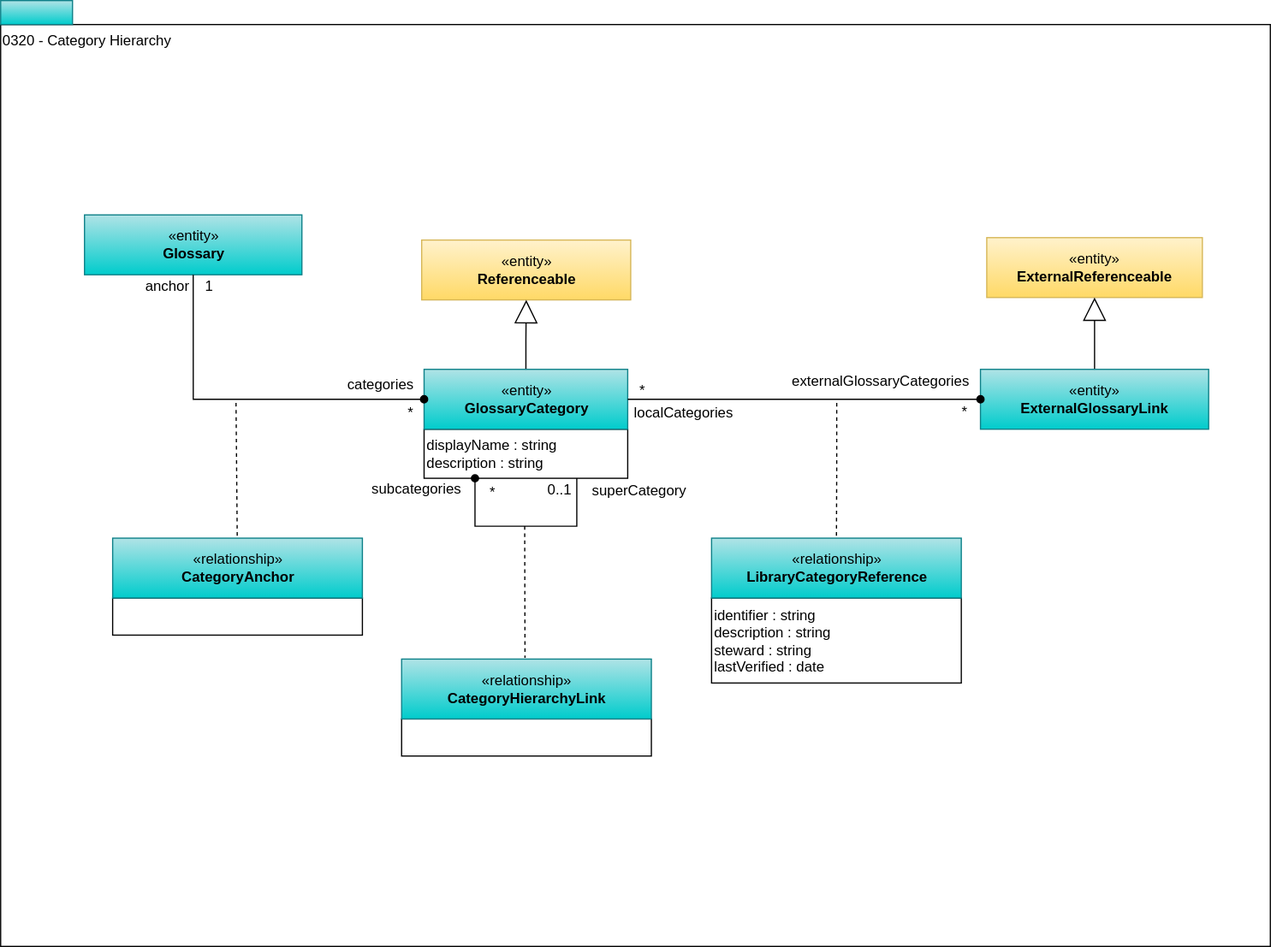
Above: site/docs/types/3/0320-Category-Hierarchy.svg in odpi/egeria-docs (draw.io), before the change. Source tidied: cells renumbered, new cells last; positions are measured from the earlier drawing's top-left corner, leaving out a move shared by most shapes.
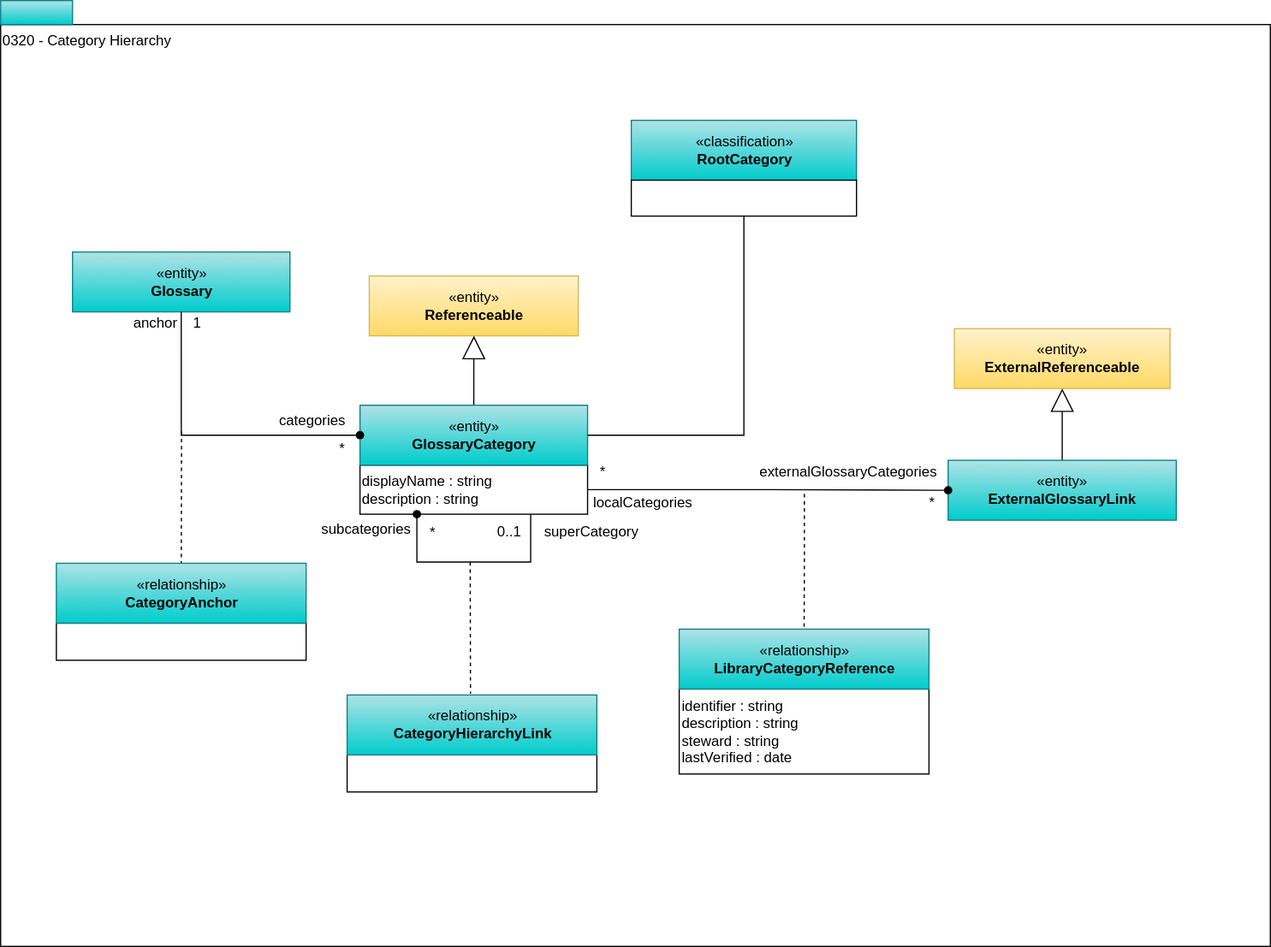
The same diagram one commit later.

What changed in the source:
```diff
@@ -6,30 +6,30 @@
       <mxGeometry y="20" width="1060" height="770" as="geometry" />
     </mxCell>
     <mxCell id="3" value="«entity»&lt;br&gt;&lt;b&gt;Referenceable&lt;/b&gt;" style="html=1;strokeColor=#d6b656;align=center;fillColor=#fff2cc;gradientColor=#ffd966;" parent="1" vertex="1">
-      <mxGeometry x="351.5" y="200" width="174.5" height="50" as="geometry" />
+      <mxGeometry x="307.8" y="230" width="174.5" height="50" as="geometry" />
     </mxCell>
     <mxCell id="4" value="displayName : string&lt;br&gt;description : string" style="rounded=0;whiteSpace=wrap;html=1;strokeColor=#000000;gradientColor=#ffffff;align=left;" parent="1" vertex="1">
-      <mxGeometry x="353.5" y="358" width="170" height="41" as="geometry" />
+      <mxGeometry x="300" y="388" width="190" height="41" as="geometry" />
     </mxCell>
     <mxCell id="5" value="*" style="text;html=1;strokeColor=none;fillColor=none;align=center;verticalAlign=middle;whiteSpace=wrap;rounded=0;" parent="1" vertex="1">
-      <mxGeometry x="792" y="335" width="26" height="18" as="geometry" />
+      <mxGeometry x="765" y="411" width="26" height="18" as="geometry" />
     </mxCell>
     <mxCell id="6" style="endArrow=none;dashed=1;html=1;entryX=0.5;entryY=0;entryDx=0;entryDy=0;edgeStyle=orthogonalEdgeStyle;rounded=0;" parent="1" edge="1" target="18">
       <mxGeometry relative="1" as="geometry">
-        <mxPoint x="698" y="336" as="sourcePoint" />
+        <mxPoint x="671" y="412" as="sourcePoint" />
       </mxGeometry>
     </mxCell>
     <mxCell id="7" value="identifier : string&lt;br&gt;description : string&lt;br&gt;steward : string&lt;br&gt;lastVerified : date" style="rounded=0;whiteSpace=wrap;html=1;strokeColor=#000000;gradientColor=#ffffff;align=left;" parent="1" vertex="1">
-      <mxGeometry x="593.5" y="499" width="208.5" height="71" as="geometry" />
+      <mxGeometry x="566.5" y="575" width="208.5" height="71" as="geometry" />
     </mxCell>
     <mxCell id="8" value="externalGlossaryCategories" style="text;html=1;strokeColor=none;fillColor=none;align=center;verticalAlign=middle;whiteSpace=wrap;rounded=0;" parent="1" vertex="1">
-      <mxGeometry x="666" y="308" width="137.5" height="20" as="geometry" />
+      <mxGeometry x="639" y="384" width="137.5" height="20" as="geometry" />
     </mxCell>
     <mxCell id="9" value="localCategories" style="text;html=1;strokeColor=none;fillColor=none;align=center;verticalAlign=middle;whiteSpace=wrap;rounded=0;" parent="1" vertex="1">
-      <mxGeometry x="527" y="335" width="87" height="20" as="geometry" />
+      <mxGeometry x="492.5" y="410" width="87" height="20" as="geometry" />
     </mxCell>
     <mxCell id="10" value="*" style="text;html=1;strokeColor=none;fillColor=none;align=center;verticalAlign=middle;whiteSpace=wrap;rounded=0;" parent="1" vertex="1">
-      <mxGeometry x="523" y="317" width="26" height="18" as="geometry" />
+      <mxGeometry x="490" y="385" width="26" height="18" as="geometry" />
     </mxCell>
     <mxCell id="11" style="rounded=0;whiteSpace=wrap;html=1;align=left;fillColor=#b0e3e6;strokeColor=#0e8088;gradientColor=#00CCCC;" parent="1" vertex="1">
       <mxGeometry width="60" height="20" as="geometry" />
@@ -38,87 +38,96 @@
       <mxGeometry relative="1" as="geometry" />
     </mxCell>
     <mxCell id="13" value="«entity»&lt;br&gt;&lt;b&gt;GlossaryCategory&lt;/b&gt;" style="html=1;strokeColor=#0e8088;align=center;fillColor=#b0e3e6;gradientColor=#00CCCC;" parent="1" vertex="1">
-      <mxGeometry x="353.5" y="308" width="170" height="50" as="geometry" />
+      <mxGeometry x="300" y="338" width="190" height="50" as="geometry" />
     </mxCell>
     <mxCell id="14" style="edgeStyle=orthogonalEdgeStyle;rounded=0;orthogonalLoop=1;jettySize=auto;html=1;exitX=0.75;exitY=1;exitDx=0;exitDy=0;endArrow=oval;endFill=1;entryX=0.25;entryY=1;entryDx=0;entryDy=0;" parent="1" edge="1" source="4" target="4">
       <mxGeometry relative="1" as="geometry">
         <Array as="points">
-          <mxPoint x="481.5" y="439" />
-          <mxPoint x="396.5" y="439" />
+          <mxPoint x="443" y="469" />
+          <mxPoint x="348" y="469" />
         </Array>
       </mxGeometry>
     </mxCell>
     <mxCell id="15" value="«entity»&lt;br&gt;&lt;b&gt;ExternalReferenceable&lt;/b&gt;" style="html=1;strokeColor=#d6b656;align=center;fillColor=#fff2cc;gradientColor=#ffd966;" parent="1" vertex="1">
-      <mxGeometry x="823.2" y="198" width="180" height="50" as="geometry" />
+      <mxGeometry x="796.2" y="274" width="180" height="50" as="geometry" />
     </mxCell>
     <mxCell id="16" style="edgeStyle=orthogonalEdgeStyle;rounded=0;jettySize=auto;html=1;exitX=0.5;exitY=0;exitDx=0;exitDy=0;endArrow=block;endFill=0;endSize=17;" parent="1" edge="1" source="17" target="15">
       <mxGeometry relative="1" as="geometry" />
     </mxCell>
     <mxCell id="17" value="«entity»&lt;br&gt;&lt;b&gt;ExternalGlossaryLink&lt;/b&gt;" style="html=1;strokeColor=#0e8088;align=center;fillColor=#b0e3e6;gradientColor=#00CCCC;" parent="1" vertex="1">
-      <mxGeometry x="818" y="308" width="190.5" height="50" as="geometry" />
+      <mxGeometry x="791" y="384" width="190.5" height="50" as="geometry" />
     </mxCell>
     <mxCell id="18" value="«relationship»&lt;br&gt;&lt;b&gt;LibraryCategoryReference&lt;/b&gt;" style="html=1;strokeColor=#0e8088;align=center;fillColor=#b0e3e6;gradientColor=#00CCCC;" parent="1" vertex="1">
-      <mxGeometry x="593.5" y="449" width="208.5" height="50" as="geometry" />
+      <mxGeometry x="566.5" y="525" width="208.5" height="50" as="geometry" />
     </mxCell>
     <mxCell id="19" value="«entity»&lt;br&gt;&lt;b&gt;Glossary&lt;/b&gt;" style="html=1;strokeColor=#0e8088;align=center;fillColor=#b0e3e6;gradientColor=#00CCCC;" parent="1" vertex="1">
-      <mxGeometry x="70" y="179" width="181.5" height="50" as="geometry" />
+      <mxGeometry x="60" y="210" width="181.5" height="50" as="geometry" />
     </mxCell>
     <mxCell id="20" style="endArrow=none;dashed=1;html=1;" parent="1" edge="1" target="22">
       <mxGeometry relative="1" as="geometry">
-        <mxPoint x="196.5" y="336" as="sourcePoint" />
+        <mxPoint x="151" y="360" as="sourcePoint" />
       </mxGeometry>
     </mxCell>
     <mxCell id="21" style="rounded=0;whiteSpace=wrap;html=1;strokeColor=#000000;gradientColor=#ffffff;align=left;" parent="1" vertex="1">
-      <mxGeometry x="93.5" y="499" width="208.5" height="31" as="geometry" />
+      <mxGeometry x="46.5" y="520" width="208.5" height="31" as="geometry" />
     </mxCell>
     <mxCell id="22" value="«relationship»&lt;br&gt;&lt;b&gt;CategoryAnchor&lt;/b&gt;" style="html=1;strokeColor=#0e8088;align=center;fillColor=#b0e3e6;gradientColor=#00CCCC;" parent="1" vertex="1">
-      <mxGeometry x="93.5" y="449" width="208.5" height="50" as="geometry" />
+      <mxGeometry x="46.5" y="470" width="208.5" height="50" as="geometry" />
     </mxCell>
     <mxCell id="23" style="endArrow=none;dashed=1;html=1;" parent="1" edge="1">
       <mxGeometry relative="1" as="geometry">
-        <mxPoint x="437.5" y="439" as="sourcePoint" />
-        <mxPoint x="437.8" y="549" as="targetPoint" />
+        <mxPoint x="392" y="469" as="sourcePoint" />
+        <mxPoint x="392.2" y="579" as="targetPoint" />
       </mxGeometry>
     </mxCell>
     <mxCell id="24" style="rounded=0;whiteSpace=wrap;html=1;strokeColor=#000000;gradientColor=#ffffff;align=left;" parent="1" vertex="1">
-      <mxGeometry x="334.8" y="600" width="208.5" height="31" as="geometry" />
+      <mxGeometry x="289.2" y="630" width="208.5" height="31" as="geometry" />
     </mxCell>
     <mxCell id="25" value="«relationship»&lt;br&gt;&lt;b&gt;CategoryHierarchyLink&lt;/b&gt;" style="html=1;strokeColor=#0e8088;align=center;fillColor=#b0e3e6;gradientColor=#00CCCC;" parent="1" vertex="1">
-      <mxGeometry x="334.8" y="550" width="208.5" height="50" as="geometry" />
+      <mxGeometry x="289.2" y="580" width="208.5" height="50" as="geometry" />
     </mxCell>
     <mxCell id="26" value="*" style="text;html=1;strokeColor=none;fillColor=none;align=center;verticalAlign=middle;whiteSpace=wrap;rounded=0;" parent="1" vertex="1">
-      <mxGeometry x="397.5" y="402" width="26" height="18" as="geometry" />
+      <mxGeometry x="348" y="436" width="26" height="18" as="geometry" />
     </mxCell>
     <mxCell id="27" value="0..1" style="text;html=1;strokeColor=none;fillColor=none;align=center;verticalAlign=middle;whiteSpace=wrap;rounded=0;" parent="1" vertex="1">
-      <mxGeometry x="453.5" y="400" width="26" height="18" as="geometry" />
+      <mxGeometry x="412" y="435" width="26" height="18" as="geometry" />
     </mxCell>
     <mxCell id="28" value="superCategory" style="text;html=1;strokeColor=none;fillColor=none;align=center;verticalAlign=middle;whiteSpace=wrap;rounded=0;" parent="1" vertex="1">
-      <mxGeometry x="490" y="400" width="87" height="20" as="geometry" />
+      <mxGeometry x="450" y="434" width="87" height="20" as="geometry" />
     </mxCell>
     <mxCell id="29" value="anchor" style="text;html=1;align=center;verticalAlign=middle;" parent="1" vertex="1">
-      <mxGeometry x="113.5" y="229" width="50" height="20" as="geometry" />
+      <mxGeometry x="103.5" y="260" width="50" height="20" as="geometry" />
     </mxCell>
     <mxCell id="30" value="categories" style="text;html=1;align=center;verticalAlign=middle;" parent="1" vertex="1">
-      <mxGeometry x="281.5" y="311" width="70" height="20" as="geometry" />
+      <mxGeometry x="225" y="341" width="70" height="20" as="geometry" />
     </mxCell>
     <mxCell id="31" value="*" style="text;html=1;align=center;verticalAlign=middle;" parent="1" vertex="1">
-      <mxGeometry x="331.5" y="335" width="20" height="20" as="geometry" />
+      <mxGeometry x="275" y="365" width="20" height="20" as="geometry" />
     </mxCell>
     <mxCell id="32" value="1" style="text;html=1;align=center;verticalAlign=middle;" parent="1" vertex="1">
-      <mxGeometry x="163.5" y="229" width="20" height="20" as="geometry" />
+      <mxGeometry x="153.5" y="260" width="20" height="20" as="geometry" />
     </mxCell>
     <mxCell id="33" value="subcategories" style="text;html=1;align=center;verticalAlign=middle;" parent="1" vertex="1">
-      <mxGeometry x="302" y="398" width="90" height="20" as="geometry" />
+      <mxGeometry x="260" y="432" width="90" height="20" as="geometry" />
     </mxCell>
     <mxCell id="34" style="edgeStyle=orthogonalEdgeStyle;rounded=0;jettySize=auto;html=1;exitX=0.5;exitY=1;exitDx=0;exitDy=0;endArrow=oval;endFill=1;" parent="1" edge="1" source="19" target="13">
       <mxGeometry relative="1" as="geometry">
         <Array as="points">
-          <mxPoint x="160.5" y="333" />
+          <mxPoint x="150.5" y="363" />
         </Array>
       </mxGeometry>
     </mxCell>
-    <mxCell id="35" style="edgeStyle=orthogonalEdgeStyle;rounded=0;html=1;exitX=1;exitY=0.5;entryX=0;entryY=0.5;jettySize=auto;endArrow=oval;endFill=1;entryDx=0;entryDy=0;exitDx=0;exitDy=0;" parent="1" edge="1" source="13" target="17">
+    <mxCell id="35" style="edgeStyle=orthogonalEdgeStyle;rounded=0;html=1;exitX=1;exitY=0.5;entryX=0;entryY=0.5;jettySize=auto;endArrow=oval;endFill=1;entryDx=0;entryDy=0;exitDx=0;exitDy=0;" parent="1" edge="1" source="4" target="17">
       <mxGeometry relative="1" as="geometry" />
     </mxCell>
+    <mxCell id="36" style="edgeStyle=orthogonalEdgeStyle;rounded=0;jettySize=auto;html=1;exitX=1;exitY=0.5;exitDx=0;exitDy=0;entryX=0.5;entryY=1;entryDx=0;entryDy=0;endArrow=none;endFill=0;" parent="1" edge="1" source="13" target="38">
+      <mxGeometry relative="1" as="geometry" />
+    </mxCell>
+    <mxCell id="37" value="«classification»&lt;br&gt;&lt;b&gt;RootCategory&lt;/b&gt;" style="html=1;strokeColor=#0e8088;align=center;fillColor=#b0e3e6;gradientColor=#00CCCC;" parent="1" vertex="1">
+      <mxGeometry x="526.5" y="100" width="188" height="50" as="geometry" />
+    </mxCell>
+    <mxCell id="38" value="&lt;br&gt;&lt;div style=&quot;text-align: left&quot;&gt;&lt;/div&gt;" style="rounded=0;whiteSpace=wrap;html=1;strokeColor=#000000;gradientColor=#ffffff;align=left;" parent="1" vertex="1">
+      <mxGeometry x="526.5" y="150" width="188" height="30" as="geometry" />
+    </mxCell>
   </root>
 </mxGraphModel>
```
